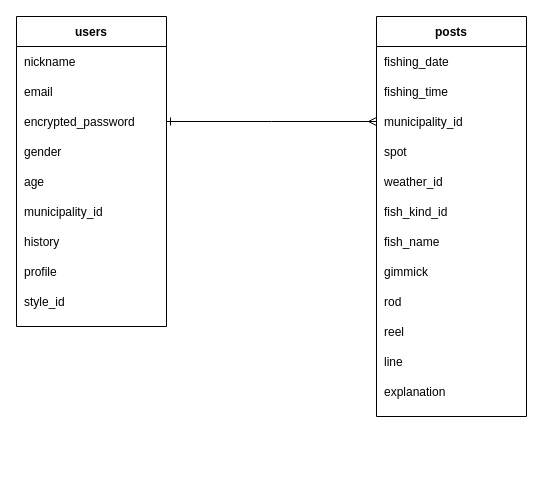
The draw.io diagram fishing.dio in ga-syu0106/fishing-app, before the edit. Source tidied: cells renumbered, new cells numbered last; positions are measured from the earlier drawing's top-left corner, leaving out a move shared by most shapes. Both pictures are drawn from the tidied source at 100%, with x=0, y=0 at pixel (16, 16).
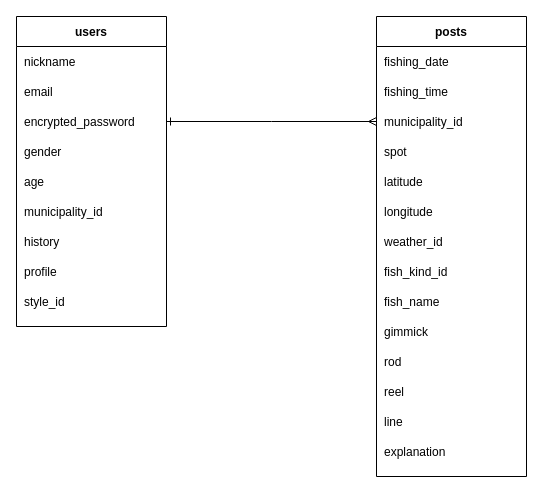
The same page after the edit.

Commit message (it also covers changes not shown here):
カラム修正

Change to the diagram source:
```diff
@@
     <mxCell id="21" value="posts" style="shape=table;startSize=30;childLayout=tableLayout;rowLines=0;fontStyle=1;align=center;" parent="1" vertex="1">
-      <mxGeometry x="360" width="150" height="400" as="geometry" />
+      <mxGeometry x="360" width="150" height="460" as="geometry" />
     </mxCell>
@@
+    <mxCell id="47" style="shape=partialRectangle;fillColor=none;top=0;left=0;bottom=0;right=0;" parent="21" vertex="1">
+      <mxGeometry y="150" width="150" height="30" as="geometry" />
+    </mxCell>
+    <mxCell id="48" value="latitude" style="shape=partialRectangle;fillColor=none;top=0;left=0;bottom=0;right=0;align=left;spacingLeft=6;overflow=hidden;" parent="47" vertex="1">
+      <mxGeometry width="150" height="30" as="geometry" />
+    </mxCell>
+    <mxCell id="49" style="shape=partialRectangle;fillColor=none;top=0;left=0;bottom=0;right=0;" parent="21" vertex="1">
+      <mxGeometry y="180" width="150" height="30" as="geometry" />
+    </mxCell>
+    <mxCell id="50" value="longitude" style="shape=partialRectangle;fillColor=none;top=0;left=0;bottom=0;right=0;align=left;spacingLeft=6;overflow=hidden;" parent="49" vertex="1">
+      <mxGeometry width="150" height="30" as="geometry" />
+    </mxCell>
     <mxCell id="30" style="shape=partialRectangle;fillColor=none;top=0;left=0;bottom=0;right=0;" parent="21" vertex="1">
-      <mxGeometry y="150" width="150" height="30" as="geometry" />
+      <mxGeometry y="210" width="150" height="30" as="geometry" />
     </mxCell>
@@
     <mxCell id="32" style="shape=partialRectangle;fillColor=none;top=0;left=0;bottom=0;right=0;" parent="21" vertex="1">
-      <mxGeometry y="180" width="150" height="30" as="geometry" />
+      <mxGeometry y="240" width="150" height="30" as="geometry" />
     </mxCell>
@@
     <mxCell id="34" style="shape=partialRectangle;fillColor=none;top=0;left=0;bottom=0;right=0;" parent="21" vertex="1">
-      <mxGeometry y="210" width="150" height="30" as="geometry" />
+      <mxGeometry y="270" width="150" height="30" as="geometry" />
     </mxCell>
@@
     <mxCell id="36" style="shape=partialRectangle;fillColor=none;top=0;left=0;bottom=0;right=0;" parent="21" vertex="1">
-      <mxGeometry y="240" width="150" height="30" as="geometry" />
+      <mxGeometry y="300" width="150" height="30" as="geometry" />
     </mxCell>
@@
     <mxCell id="38" style="shape=partialRectangle;fillColor=none;top=0;left=0;bottom=0;right=0;" parent="21" vertex="1">
-      <mxGeometry y="270" width="150" height="30" as="geometry" />
+      <mxGeometry y="330" width="150" height="30" as="geometry" />
     </mxCell>
@@
     <mxCell id="40" style="shape=partialRectangle;fillColor=none;top=0;left=0;bottom=0;right=0;" parent="21" vertex="1">
-      <mxGeometry y="300" width="150" height="30" as="geometry" />
+      <mxGeometry y="360" width="150" height="30" as="geometry" />
     </mxCell>
@@
     <mxCell id="42" style="shape=partialRectangle;fillColor=none;top=0;left=0;bottom=0;right=0;" parent="21" vertex="1">
-      <mxGeometry y="330" width="150" height="30" as="geometry" />
+      <mxGeometry y="390" width="150" height="30" as="geometry" />
     </mxCell>
@@
     <mxCell id="44" style="shape=partialRectangle;fillColor=none;top=0;left=0;bottom=0;right=0;" parent="21" vertex="1">
-      <mxGeometry y="360" width="150" height="30" as="geometry" />
+      <mxGeometry y="420" width="150" height="30" as="geometry" />
     </mxCell>
```
